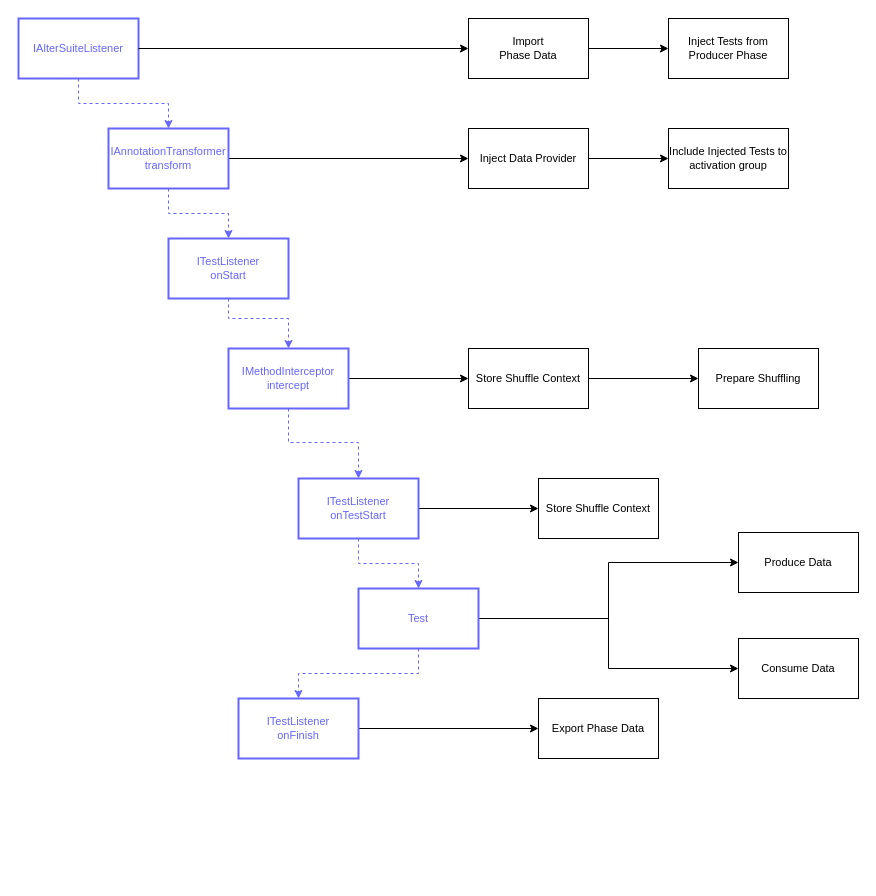
adobe/phased-testing keeps this draw.io diagram as page "TestNG Process" (11 of 11) of diagrams/PhasedDiagrams.drawio. Above is the earlier version. Source tidied: cells renumbered, new cells numbered last; positions are measured from the earlier drawing's top-left corner, leaving out a move shared by most shapes. Both pictures are drawn from the tidied source at 100%, with x=0, y=0 at pixel (18, 18).
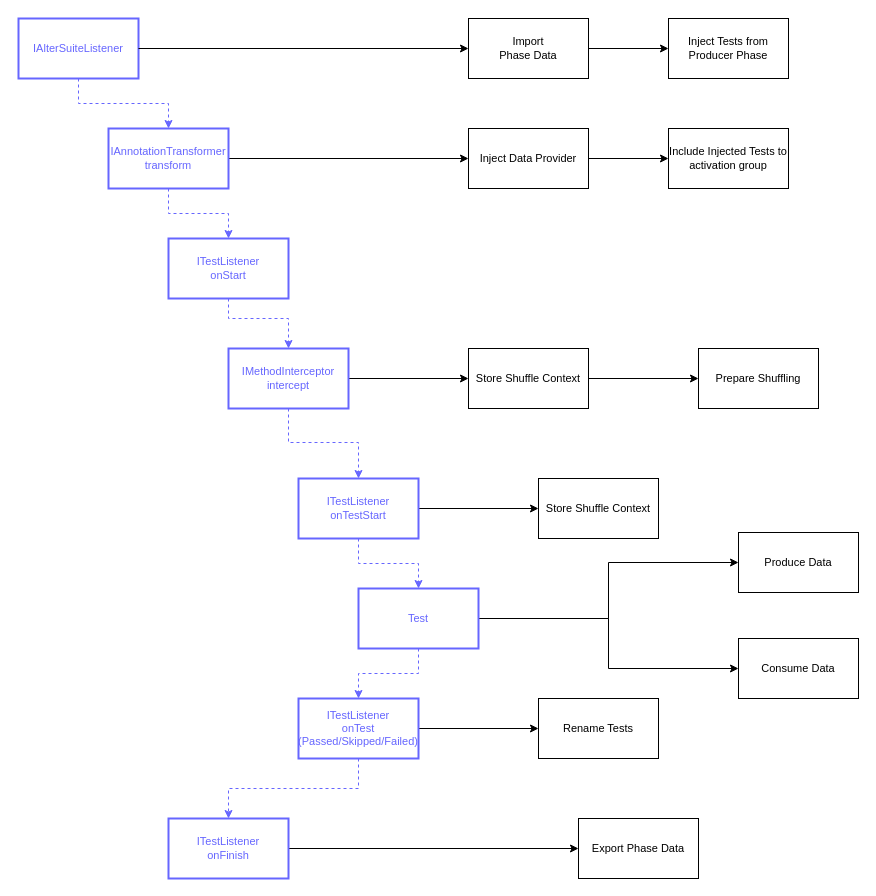
The same diagram, later.

Commit message (it also covers changes not shown here):
#109 added a use case where the event is injected in the command line

The change refers to these unchanged cells:
```xml
<mxCell id="13" value="Test" style="whiteSpace=wrap;html=1;rounded=0;fontSize=11;fontColor=#6666FF;strokeColor=#6666FF;strokeWidth=2;" parent="1" vertex="1">
  <mxGeometry x="340" y="570" width="120" height="60" as="geometry" />
</mxCell>
```

The edit, as a diff of the source:
```diff
@@
-    <mxCell id="10" style="edgeStyle=orthogonalEdgeStyle;rounded=0;jumpStyle=arc;jumpSize=15;jettySize=auto;html=1;fontSize=11;startArrow=none;startFill=0;endArrow=classic;endFill=1;exitX=0.5;exitY=1;exitDx=0;exitDy=0;dashed=1;fontColor=#6666FF;strokeColor=#6666FF;" parent="1" edge="1" source="13" target="15">
+    <mxCell id="10" style="edgeStyle=orthogonalEdgeStyle;rounded=0;jumpStyle=arc;jumpSize=15;jettySize=auto;html=1;fontSize=11;startArrow=none;startFill=0;endArrow=classic;endFill=1;exitX=0.5;exitY=1;exitDx=0;exitDy=0;dashed=1;fontColor=#6666FF;strokeColor=#6666FF;entryX=0.5;entryY=0;entryDx=0;entryDy=0;" parent="1" edge="1" source="13" target="36">
       <mxGeometry relative="1" as="geometry" />
     </mxCell>
@@
-    <mxCell id="14" style="edgeStyle=orthogonalEdgeStyle;rounded=0;jumpStyle=arc;jumpSize=15;jettySize=auto;html=1;exitX=1;exitY=0.5;exitDx=0;exitDy=0;fontSize=11;startArrow=none;startFill=0;endArrow=classic;endFill=1;" parent="1" edge="1" source="15">
-      <mxGeometry relative="1" as="geometry">
-        <mxPoint x="520" y="710" as="targetPoint" />
-      </mxGeometry>
+    <mxCell id="14" style="edgeStyle=orthogonalEdgeStyle;rounded=0;jumpStyle=arc;jumpSize=15;jettySize=auto;html=1;exitX=1;exitY=0.5;exitDx=0;exitDy=0;fontSize=11;startArrow=none;startFill=0;endArrow=classic;endFill=1;entryX=0;entryY=0.5;entryDx=0;entryDy=0;" parent="1" edge="1" source="15" target="22">
+      <mxGeometry relative="1" as="geometry" />
     </mxCell>
     <mxCell id="15" value="ITestListener&lt;br&gt;onFinish" style="whiteSpace=wrap;html=1;rounded=0;fontSize=11;fontColor=#6666FF;strokeColor=#6666FF;strokeWidth=2;" parent="1" vertex="1">
-      <mxGeometry x="220" y="680" width="120" height="60" as="geometry" />
+      <mxGeometry x="150" y="800" width="120" height="60" as="geometry" />
     </mxCell>
@@
     <mxCell id="22" value="Export Phase Data" style="rounded=0;whiteSpace=wrap;html=1;fontSize=11;align=center;" parent="1" vertex="1">
-      <mxGeometry x="520" y="680" width="120" height="60" as="geometry" />
+      <mxGeometry x="560" y="800" width="120" height="60" as="geometry" />
     </mxCell>
@@
+    <mxCell id="35" style="edgeStyle=orthogonalEdgeStyle;rounded=0;jettySize=auto;html=1;exitX=1;exitY=0.5;exitDx=0;exitDy=0;" parent="1" edge="1" source="36" target="38">
+      <mxGeometry relative="1" as="geometry" />
+    </mxCell>
+    <mxCell id="36" value="ITestListener&lt;br&gt;onTest&lt;br&gt;(Passed/Skipped/Failed)" style="whiteSpace=wrap;html=1;rounded=0;fontSize=11;fontColor=#6666FF;strokeColor=#6666FF;strokeWidth=2;" parent="1" vertex="1">
+      <mxGeometry x="280" y="680" width="120" height="60" as="geometry" />
+    </mxCell>
+    <mxCell id="37" style="edgeStyle=orthogonalEdgeStyle;rounded=0;jumpStyle=arc;jumpSize=15;jettySize=auto;html=1;fontSize=11;startArrow=none;startFill=0;endArrow=classic;endFill=1;exitX=0.5;exitY=1;exitDx=0;exitDy=0;dashed=1;fontColor=#6666FF;strokeColor=#6666FF;entryX=0.5;entryY=0;entryDx=0;entryDy=0;" parent="1" edge="1" source="36" target="15">
+      <mxGeometry relative="1" as="geometry" />
+    </mxCell>
+    <mxCell id="38" value="Rename Tests" style="rounded=0;whiteSpace=wrap;html=1;fontSize=11;align=center;" parent="1" vertex="1">
+      <mxGeometry x="520" y="680" width="120" height="60" as="geometry" />
+    </mxCell>
```
